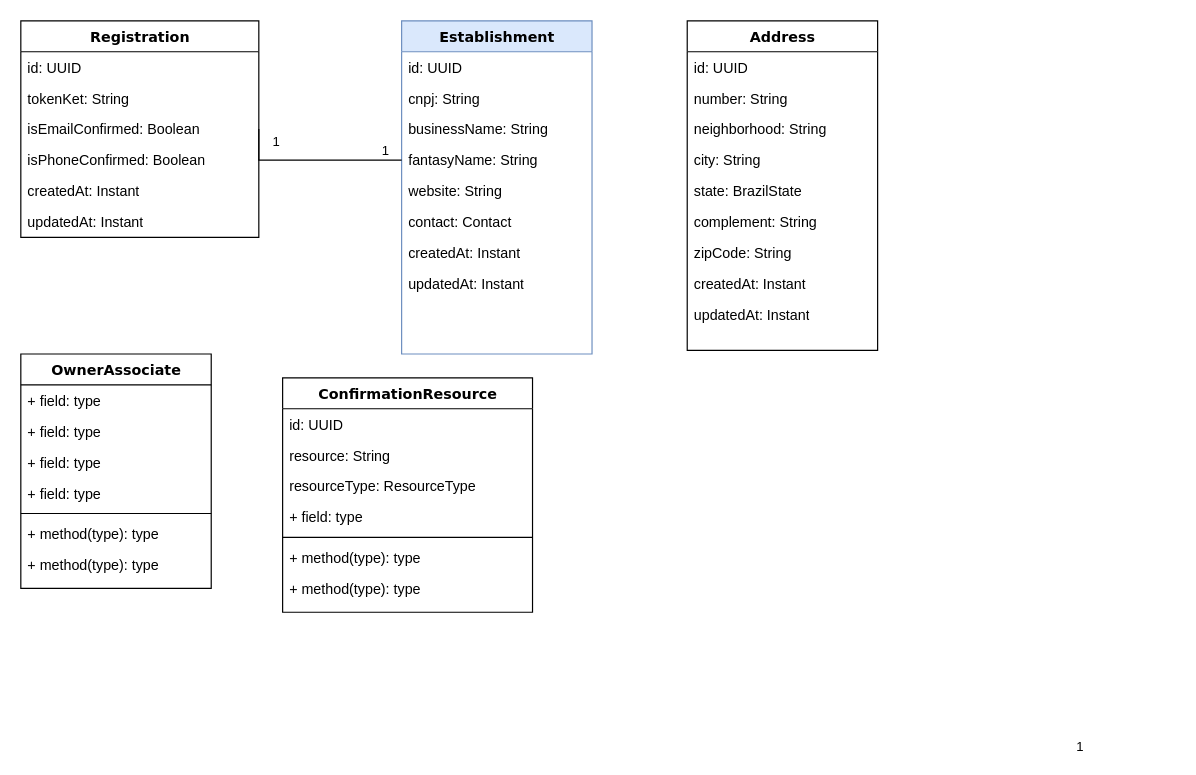
Earlier version of the draw.io diagram app/src/main/java/com/vinicius/atmconsultoria/ui/clientes/Diagrama sem nome.drawio (Giacomellivinicius/ATMConsultoria-Mobile). Source tidied: cells renumbered, new cells numbered last; positions are measured from the earlier drawing's top-left corner, leaving out a move shared by most shapes. Both pictures are drawn from the tidied source at 119%, with x=0, y=0 at pixel (20, 20).
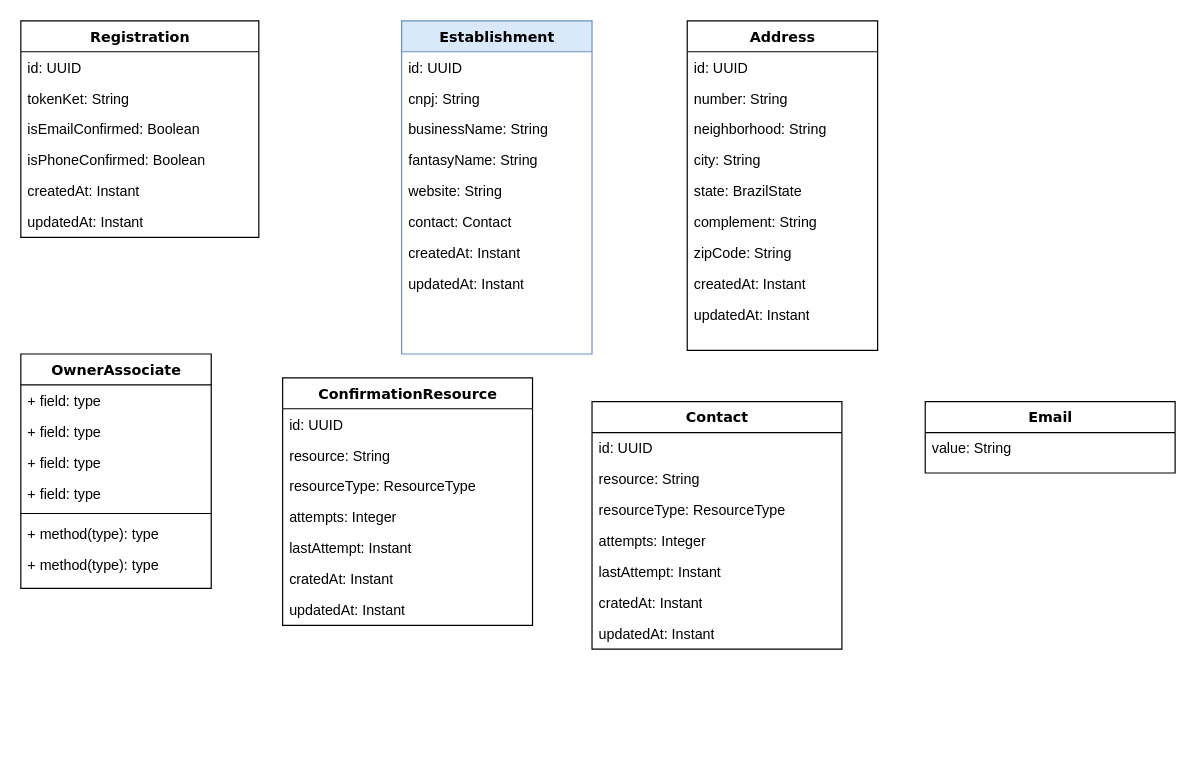
Above is the later version.

The change refers to these unchanged cells:
```xml
<mxCell id="6" value="fantasyName: String" style="text;html=1;strokeColor=none;fillColor=none;align=left;verticalAlign=top;spacingLeft=4;spacingRight=4;whiteSpace=wrap;overflow=hidden;points=[[0,0.5],[1,0.5]];portConstraint=eastwest;" parent="2" vertex="1">
  <mxGeometry y="104" width="160" height="26" as="geometry" />
</mxCell>
<mxCell id="33" value="isEmailConfirmed: Boolean" style="text;html=1;strokeColor=none;fillColor=none;align=left;verticalAlign=top;spacingLeft=4;spacingRight=4;whiteSpace=wrap;overflow=hidden;points=[[0,0.5],[1,0.5]];portConstraint=eastwest;" parent="30" vertex="1">
  <mxGeometry y="78" width="200" height="26" as="geometry" />
</mxCell>
```

Diff of the diagram source:
```diff
@@
-    <mxCell id="37" value="1" style="endArrow=none;html=1;edgeStyle=orthogonalEdgeStyle;rounded=0;exitX=1;exitY=0.5;exitDx=0;exitDy=0;entryX=0;entryY=0.5;entryDx=0;entryDy=0;" parent="1" edge="1" source="33" target="6">
-      <mxGeometry x="1" y="-754" relative="1" as="geometry">
-        <Array as="points">
-          <mxPoint x="260" y="117" />
-          <mxPoint x="260" y="117" />
-        </Array>
-        <mxPoint x="570" y="-261" as="offset" />
-      </mxGeometry>
-    </mxCell>
-    <mxCell id="38" value="1" style="edgeLabel;html=1;align=left;verticalAlign=bottom;" parent="37" vertex="1">
-      <mxGeometry x="-1" relative="1" as="geometry">
-        <mxPoint x="10" y="19" as="offset" />
-      </mxGeometry>
-    </mxCell>
-    <mxCell id="39" value="1" style="edgeLabel;html=1;align=right;verticalAlign=bottom;" parent="37" vertex="1">
-      <mxGeometry x="1" relative="1" as="geometry">
-        <mxPoint x="-10" as="offset" />
-      </mxGeometry>
-    </mxCell>
     <mxCell id="40" value="ConfirmationResource" style="swimlane;html=1;fontStyle=1;align=center;verticalAlign=top;horizontal=1;startSize=26;swimlaneFillColor=#ffffff;rounded=0;shadow=0;comic=0;labelBackgroundColor=none;strokeWidth=1;fillColor=none;fontFamily=Verdana;fontSize=12;" parent="1" vertex="1">
-      <mxGeometry x="220" y="300" width="210" height="197" as="geometry" />
+      <mxGeometry x="220" y="300" width="210" height="208" as="geometry" />
     </mxCell>
@@
-    <mxCell id="44" value="+ field: type" style="text;html=1;strokeColor=none;fillColor=none;align=left;verticalAlign=top;spacingLeft=4;spacingRight=4;whiteSpace=wrap;overflow=hidden;" parent="40" vertex="1">
+    <mxCell id="44" value="attempts: Integer" style="text;html=1;strokeColor=none;fillColor=none;align=left;verticalAlign=top;spacingLeft=4;spacingRight=4;whiteSpace=wrap;overflow=hidden;" parent="40" vertex="1">
       <mxGeometry y="104" width="210" height="26" as="geometry" />
     </mxCell>
-    <mxCell id="45" style="line;html=1;strokeWidth=1;fillColor=none;align=left;verticalAlign=middle;spacingTop=-1;spacingLeft=3;spacingRight=3;labelPosition=right;" parent="40" vertex="1">
-      <mxGeometry y="130" width="210" height="8" as="geometry" />
-    </mxCell>
-    <mxCell id="46" value="+ method(type): type" style="text;html=1;strokeColor=none;fillColor=none;align=left;verticalAlign=top;spacingLeft=4;spacingRight=4;whiteSpace=wrap;overflow=hidden;" parent="40" vertex="1">
-      <mxGeometry y="138" width="210" height="26" as="geometry" />
+    <mxCell id="46" value="lastAttempt: Instant" style="text;html=1;strokeColor=none;fillColor=none;align=left;verticalAlign=top;spacingLeft=4;spacingRight=4;whiteSpace=wrap;overflow=hidden;" parent="40" vertex="1">
+      <mxGeometry y="130" width="210" height="26" as="geometry" />
     </mxCell>
-    <mxCell id="47" value="+ method(type): type" style="text;html=1;strokeColor=none;fillColor=none;align=left;verticalAlign=top;spacingLeft=4;spacingRight=4;whiteSpace=wrap;overflow=hidden;" parent="40" vertex="1">
-      <mxGeometry y="164" width="210" height="26" as="geometry" />
+    <mxCell id="47" value="cratedAt: Instant" style="text;html=1;strokeColor=none;fillColor=none;align=left;verticalAlign=top;spacingLeft=4;spacingRight=4;whiteSpace=wrap;overflow=hidden;" parent="40" vertex="1">
+      <mxGeometry y="156" width="210" height="26" as="geometry" />
     </mxCell>
+    <mxCell id="48" value="updatedAt: Instant" style="text;html=1;strokeColor=none;fillColor=none;align=left;verticalAlign=top;spacingLeft=4;spacingRight=4;whiteSpace=wrap;overflow=hidden;" parent="40" vertex="1">
+      <mxGeometry y="182" width="210" height="26" as="geometry" />
+    </mxCell>
+    <mxCell id="49" value="Contact" style="swimlane;html=1;fontStyle=1;align=center;verticalAlign=top;horizontal=1;startSize=26;swimlaneFillColor=#ffffff;rounded=0;shadow=0;comic=0;labelBackgroundColor=none;strokeWidth=1;fillColor=none;fontFamily=Verdana;fontSize=12;" parent="1" vertex="1">
+      <mxGeometry x="480" y="320" width="210" height="208" as="geometry" />
+    </mxCell>
+    <mxCell id="50" value="id: UUID" style="text;html=1;strokeColor=none;fillColor=none;align=left;verticalAlign=top;spacingLeft=4;spacingRight=4;whiteSpace=wrap;overflow=hidden;" parent="49" vertex="1">
+      <mxGeometry y="26" width="210" height="26" as="geometry" />
+    </mxCell>
+    <mxCell id="51" value="resource: String" style="text;html=1;strokeColor=none;fillColor=none;align=left;verticalAlign=top;spacingLeft=4;spacingRight=4;whiteSpace=wrap;overflow=hidden;" parent="49" vertex="1">
+      <mxGeometry y="52" width="210" height="26" as="geometry" />
+    </mxCell>
+    <mxCell id="52" value="resourceType: ResourceType" style="text;html=1;strokeColor=none;fillColor=none;align=left;verticalAlign=top;spacingLeft=4;spacingRight=4;whiteSpace=wrap;overflow=hidden;" parent="49" vertex="1">
+      <mxGeometry y="78" width="210" height="26" as="geometry" />
+    </mxCell>
+    <mxCell id="53" value="attempts: Integer" style="text;html=1;strokeColor=none;fillColor=none;align=left;verticalAlign=top;spacingLeft=4;spacingRight=4;whiteSpace=wrap;overflow=hidden;" parent="49" vertex="1">
+      <mxGeometry y="104" width="210" height="26" as="geometry" />
+    </mxCell>
+    <mxCell id="54" value="lastAttempt: Instant" style="text;html=1;strokeColor=none;fillColor=none;align=left;verticalAlign=top;spacingLeft=4;spacingRight=4;whiteSpace=wrap;overflow=hidden;" parent="49" vertex="1">
+      <mxGeometry y="130" width="210" height="26" as="geometry" />
+    </mxCell>
+    <mxCell id="55" value="cratedAt: Instant" style="text;html=1;strokeColor=none;fillColor=none;align=left;verticalAlign=top;spacingLeft=4;spacingRight=4;whiteSpace=wrap;overflow=hidden;" parent="49" vertex="1">
+      <mxGeometry y="156" width="210" height="26" as="geometry" />
+    </mxCell>
+    <mxCell id="56" value="updatedAt: Instant" style="text;html=1;strokeColor=none;fillColor=none;align=left;verticalAlign=top;spacingLeft=4;spacingRight=4;whiteSpace=wrap;overflow=hidden;" parent="49" vertex="1">
+      <mxGeometry y="182" width="210" height="26" as="geometry" />
+    </mxCell>
+    <mxCell id="57" value="Email" style="swimlane;html=1;fontStyle=1;align=center;verticalAlign=top;horizontal=1;startSize=26;swimlaneFillColor=#ffffff;rounded=0;shadow=0;comic=0;labelBackgroundColor=none;strokeWidth=1;fillColor=none;fontFamily=Verdana;fontSize=12;" parent="1" vertex="1">
+      <mxGeometry x="760" y="320" width="210" height="60" as="geometry" />
+    </mxCell>
+    <mxCell id="58" value="value: String" style="text;html=1;strokeColor=none;fillColor=none;align=left;verticalAlign=top;spacingLeft=4;spacingRight=4;whiteSpace=wrap;overflow=hidden;" parent="57" vertex="1">
+      <mxGeometry y="26" width="210" height="26" as="geometry" />
+    </mxCell>
```
